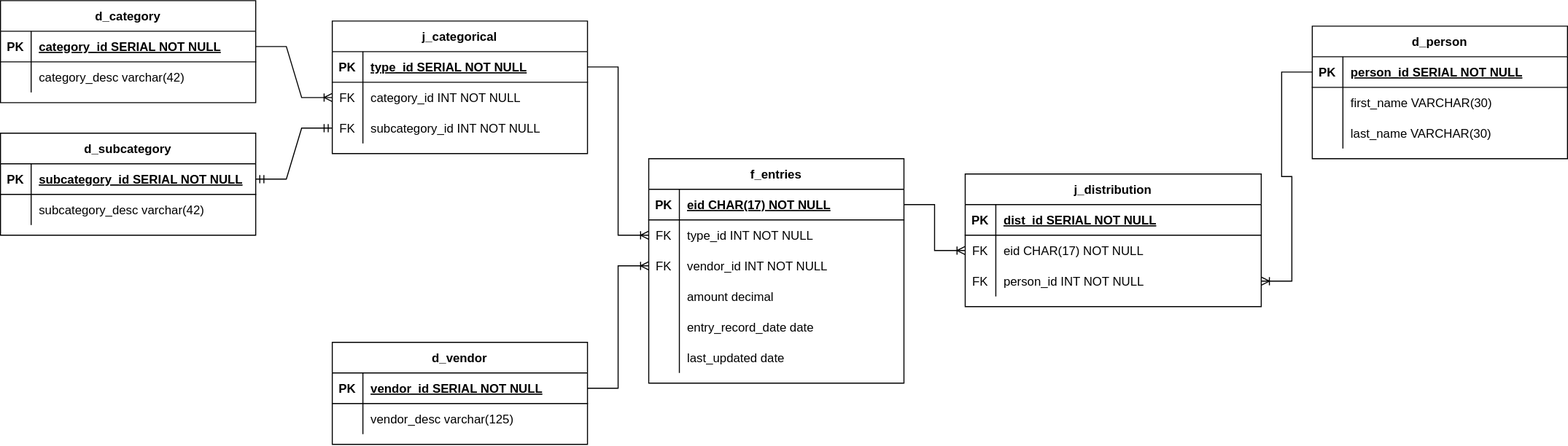
fatteryacid/penny keeps this draw.io diagram as diagram/img/penny-schema.svg. Above is the earlier version. Source tidied: cells renumbered, new cells last; positions are measured from the earlier drawing's top-left corner, leaving out a move shared by most shapes.
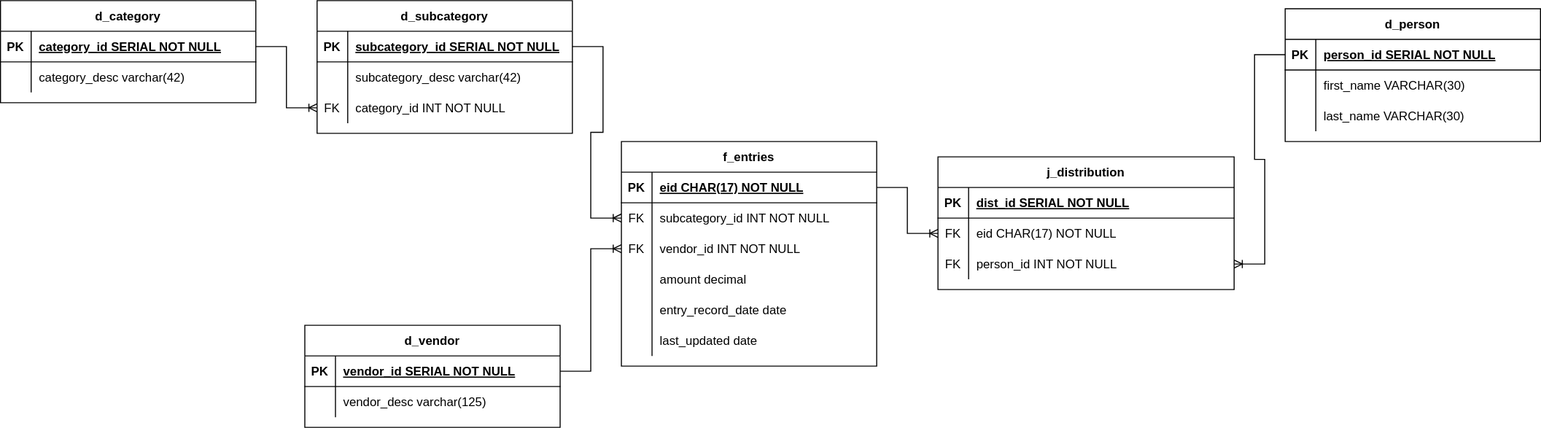
Above is the later version.

Commit message:
Update schema changes to diagram references

Change to the diagram source:
```diff
@@ -33,7 +33,7 @@
       <mxGeometry x="30" width="220" height="30" as="geometry" />
     </mxCell>
     <mxCell id="12" value="d_category" style="shape=table;startSize=30;rowLines=0;fontStyle=1;align=center;" parent="1" vertex="1">
-      <mxGeometry width="250" height="100" as="geometry" />
+      <mxGeometry x="27" y="17" width="250" height="100" as="geometry" />
     </mxCell>
     <mxCell id="13" style="shape=partialRectangle;fillColor=none;points=[[0,0.5],[1,0.5]];portConstraint=eastwest;top=0;left=0;right=0;bottom=1;" parent="12" vertex="1">
       <mxGeometry y="30" width="250" height="30" as="geometry" />
@@ -71,7 +71,7 @@
     <mxCell id="24" value="FK" style="shape=partialRectangle;overflow=hidden;fillColor=none;top=0;left=0;bottom=0;right=0;" parent="23" vertex="1">
       <mxGeometry width="30" height="30" as="geometry" />
     </mxCell>
-    <mxCell id="25" value="type_id INT NOT NULL" style="shape=partialRectangle;overflow=hidden;fillColor=none;top=0;left=0;bottom=0;right=0;align=left;spacingLeft=6;" parent="23" vertex="1">
+    <mxCell id="25" value="subcategory_id INT NOT NULL" style="shape=partialRectangle;overflow=hidden;fillColor=none;top=0;left=0;bottom=0;right=0;align=left;spacingLeft=6;" parent="23" vertex="1">
       <mxGeometry x="30" width="220" height="30" as="geometry" />
     </mxCell>
     <mxCell id="26" style="shape=partialRectangle;fillColor=none;points=[[0,0.5],[1,0.5]];portConstraint=eastwest;top=0;left=0;right=0;bottom=0;" parent="19" vertex="1">
@@ -111,7 +111,7 @@
       <mxGeometry x="30" width="220" height="30" as="geometry" />
     </mxCell>
     <mxCell id="38" value="d_subcategory" style="shape=table;startSize=30;rowLines=0;fontStyle=1;align=center;" parent="1" vertex="1">
-      <mxGeometry y="130" width="250" height="100" as="geometry" />
+      <mxGeometry x="337" y="17" width="250" height="130" as="geometry" />
     </mxCell>
     <mxCell id="39" style="shape=partialRectangle;fillColor=none;points=[[0,0.5],[1,0.5]];portConstraint=eastwest;top=0;left=0;right=0;bottom=1;" parent="38" vertex="1">
       <mxGeometry y="30" width="250" height="30" as="geometry" />
@@ -131,6 +131,15 @@
     <mxCell id="44" value="subcategory_desc varchar(42)" style="shape=partialRectangle;overflow=hidden;fillColor=none;top=0;left=0;bottom=0;right=0;align=left;spacingLeft=6;" parent="42" vertex="1">
       <mxGeometry x="30" width="220" height="30" as="geometry" />
     </mxCell>
+    <mxCell id="72" style="shape=partialRectangle;fillColor=none;points=[[0,0.5],[1,0.5]];portConstraint=eastwest;top=0;left=0;right=0;bottom=0;" parent="38" vertex="1">
+      <mxGeometry y="90" width="250" height="30" as="geometry" />
+    </mxCell>
+    <mxCell id="78" value="FK" style="shape=partialRectangle;overflow=hidden;fillColor=none;top=0;left=0;bottom=0;right=0;" parent="72" vertex="1">
+      <mxGeometry width="30" height="30" as="geometry" />
+    </mxCell>
+    <mxCell id="71" value="category_id INT NOT NULL" style="shape=partialRectangle;overflow=hidden;fillColor=none;top=0;left=0;bottom=0;right=0;align=left;spacingLeft=6;" parent="72" vertex="1">
+      <mxGeometry x="30" width="220" height="30" as="geometry" />
+    </mxCell>
     <mxCell id="45" value="d_vendor" style="shape=table;startSize=30;rowLines=0;fontStyle=1;align=center;" parent="1" vertex="1">
       <mxGeometry x="325" y="335" width="250" height="100" as="geometry" />
     </mxCell>
@@ -191,44 +200,11 @@
     <mxCell id="64" style="edgeStyle=entityRelationEdgeStyle;fontSize=12;html=1;endArrow=ERoneToMany;rounded=0;" parent="1" edge="1" source="20" target="56">
       <mxGeometry relative="1" as="geometry" />
     </mxCell>
-    <mxCell id="65" value="j_categorical" style="shape=table;startSize=30;rowLines=0;fontStyle=1;align=center;" parent="1" vertex="1">
-      <mxGeometry x="325" y="20" width="250" height="130" as="geometry" />
-    </mxCell>
-    <mxCell id="66" style="shape=partialRectangle;fillColor=none;points=[[0,0.5],[1,0.5]];portConstraint=eastwest;top=0;left=0;right=0;bottom=1;" parent="65" vertex="1">
-      <mxGeometry y="30" width="250" height="30" as="geometry" />
-    </mxCell>
-    <mxCell id="67" value="PK" style="shape=partialRectangle;overflow=hidden;fillColor=none;top=0;left=0;bottom=0;right=0;fontStyle=1;" parent="66" vertex="1">
-      <mxGeometry width="30" height="30" as="geometry" />
-    </mxCell>
-    <mxCell id="68" value="type_id SERIAL NOT NULL" style="shape=partialRectangle;overflow=hidden;fillColor=none;top=0;left=0;bottom=0;right=0;align=left;spacingLeft=6;fontStyle=5;" parent="66" vertex="1">
-      <mxGeometry x="30" width="220" height="30" as="geometry" />
-    </mxCell>
-    <mxCell id="69" style="shape=partialRectangle;fillColor=none;points=[[0,0.5],[1,0.5]];portConstraint=eastwest;top=0;left=0;right=0;bottom=0;" parent="65" vertex="1">
-      <mxGeometry y="60" width="250" height="30" as="geometry" />
-    </mxCell>
-    <mxCell id="70" value="FK" style="shape=partialRectangle;overflow=hidden;fillColor=none;top=0;left=0;bottom=0;right=0;" parent="69" vertex="1">
-      <mxGeometry width="30" height="30" as="geometry" />
-    </mxCell>
-    <mxCell id="71" value="category_id INT NOT NULL" style="shape=partialRectangle;overflow=hidden;fillColor=none;top=0;left=0;bottom=0;right=0;align=left;spacingLeft=6;" parent="69" vertex="1">
-      <mxGeometry x="30" width="220" height="30" as="geometry" />
-    </mxCell>
-    <mxCell id="72" style="shape=partialRectangle;fillColor=none;points=[[0,0.5],[1,0.5]];portConstraint=eastwest;top=0;left=0;right=0;bottom=0;" parent="65" vertex="1">
-      <mxGeometry y="90" width="250" height="30" as="geometry" />
-    </mxCell>
-    <mxCell id="73" value="FK" style="shape=partialRectangle;overflow=hidden;fillColor=none;top=0;left=0;bottom=0;right=0;" parent="72" vertex="1">
-      <mxGeometry width="30" height="30" as="geometry" />
-    </mxCell>
-    <mxCell id="74" value="subcategory_id INT NOT NULL" style="shape=partialRectangle;overflow=hidden;fillColor=none;top=0;left=0;bottom=0;right=0;align=left;spacingLeft=6;" parent="72" vertex="1">
-      <mxGeometry x="30" width="220" height="30" as="geometry" />
-    </mxCell>
-    <mxCell id="75" style="edgeStyle=entityRelationEdgeStyle;fontSize=12;html=1;endArrow=ERoneToMany;rounded=0;exitX=1;exitY=0.5;exitDx=0;exitDy=0;entryX=0;entryY=0.5;entryDx=0;entryDy=0;" parent="1" edge="1" source="13" target="69">
+    <mxCell id="75" style="edgeStyle=entityRelationEdgeStyle;fontSize=12;html=1;endArrow=ERoneToMany;rounded=0;exitX=1;exitY=0.5;exitDx=0;exitDy=0;" parent="1" edge="1" source="13" target="72">
       <mxGeometry relative="1" as="geometry" />
     </mxCell>
-    <mxCell id="76" style="edgeStyle=entityRelationEdgeStyle;fontSize=12;html=1;endArrow=ERmandOne;startArrow=ERmandOne;rounded=0;" parent="1" edge="1" source="39" target="72">
-      <mxGeometry relative="1" as="geometry" />
-    </mxCell>
-    <mxCell id="77" style="edgeStyle=entityRelationEdgeStyle;fontSize=12;html=1;endArrow=ERoneToMany;rounded=0;entryX=0;entryY=0.5;entryDx=0;entryDy=0;" parent="1" edge="1" source="66" target="23">
-      <mxGeometry relative="1" as="geometry" />
-    </mxCell>
+    <mxCell id="79" style="edgeStyle=entityRelationEdgeStyle;fontSize=12;html=1;endArrow=ERoneToMany;rounded=0;" parent="1" edge="1" source="39" target="23">
+      <mxGeometry relative="1" as="geometry" />
+    </mxCell>
   </root>
 </mxGraphModel>
```
